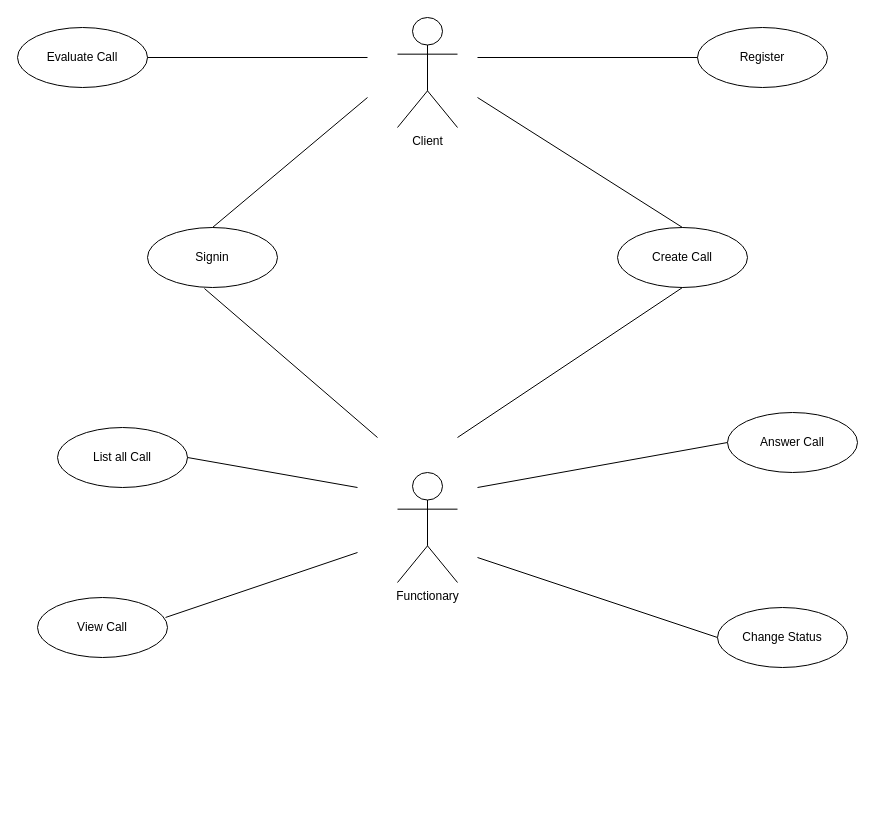
This is docs/diagrama_de_casos_de_uso.drawio from danielbarbozadasilva/Api-CRM-Ticket-System, a draw.io file, before an edit. Source tidied: cells renumbered, new cells numbered last; positions are measured from the earlier drawing's top-left corner, leaving out a move shared by most shapes. Both pictures are drawn from the tidied source at 100%, with x=0, y=0 at pixel (17, 17).
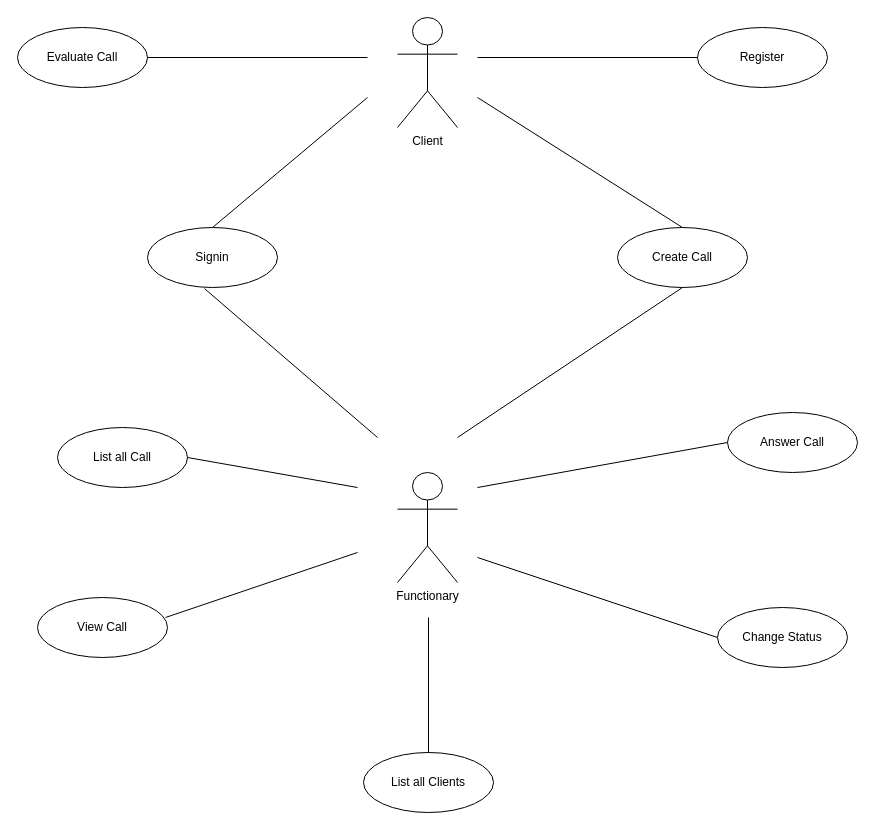
The same diagram, later.

Commit message (it also covers changes not shown here):
docs: update postman collection

Diff of the diagram source:
```diff
@@
+    <mxCell id="22" value="List all Clients" style="ellipse;whiteSpace=wrap;html=1;" parent="1" vertex="1">
+      <mxGeometry x="346" y="735" width="130" height="60" as="geometry" />
+    </mxCell>
+    <mxCell id="23" style="endArrow=none;endFill=0;endSize=12;html=1;rounded=0;entryX=0.5;entryY=0;entryDx=0;entryDy=0;" parent="1" edge="1" target="22">
+      <mxGeometry relative="1" as="geometry">
+        <mxPoint x="411" y="600" as="sourcePoint" />
+      </mxGeometry>
+    </mxCell>
```
